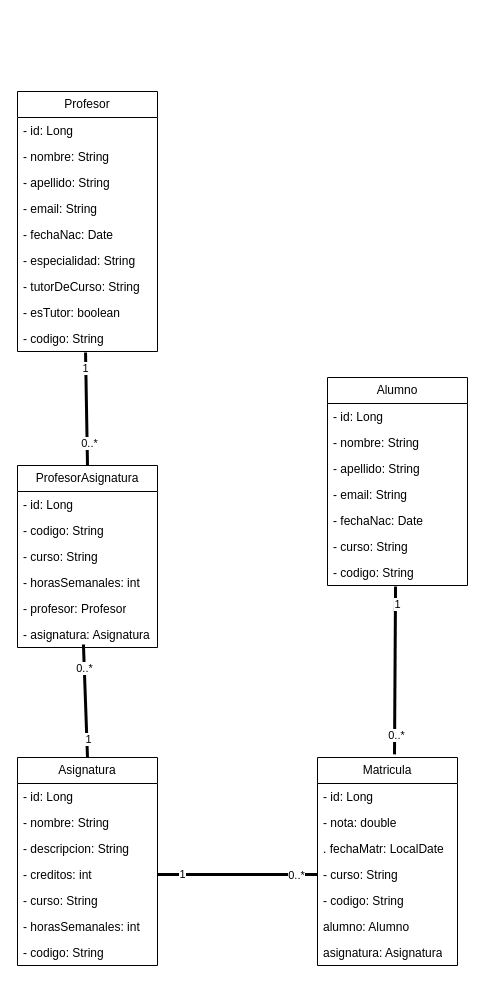
Before: UML.drawio in guille463/AulaNet, a draw.io diagram. Source tidied: cells renumbered, new cells numbered last; positions are measured from the earlier drawing's top-left corner, leaving out a move shared by most shapes. Both pictures are drawn from the tidied source at 100%, with x=0, y=0 at pixel (17, 91).
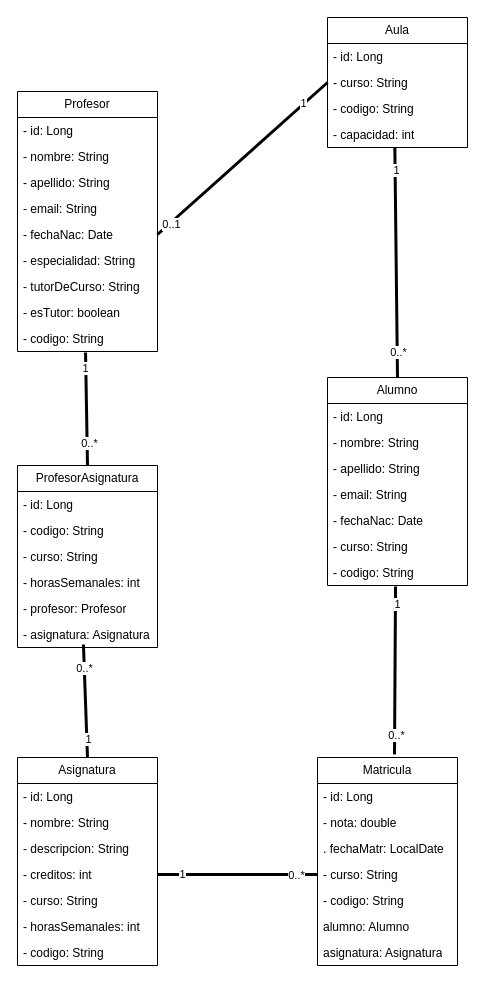
After the change.

Commit message:
feat: entidad aula

The change refers to these unchanged cells:
```xml
<mxCell id="2" value="Alumno" style="swimlane;fontStyle=0;horizontal=1;startSize=26;fillColor=none;whiteSpace=wrap;html=1;" parent="1" vertex="1">
  <mxGeometry x="310" y="286" width="140" height="208" as="geometry" />
</mxCell>
<mxCell id="15" value="- fechaNac: Date" style="text;strokeColor=none;fillColor=none;align=left;verticalAlign=top;spacingLeft=4;spacingRight=4;overflow=hidden;points=[[0,0.5],[1,0.5]];portConstraint=eastwest;whiteSpace=wrap;html=1;" parent="10" vertex="1">
  <mxGeometry y="130" width="140" height="26" as="geometry" />
</mxCell>
```

What changed in the source:
```diff
@@
+    <mxCell id="55" value="Aula" style="swimlane;fontStyle=0;horizontal=1;startSize=26;fillColor=none;whiteSpace=wrap;html=1;" parent="1" vertex="1">
+      <mxGeometry x="310" y="-74" width="140" height="130" as="geometry" />
+    </mxCell>
+    <mxCell id="56" value="- id: Long" style="text;strokeColor=none;fillColor=none;align=left;verticalAlign=top;spacingLeft=4;spacingRight=4;overflow=hidden;whiteSpace=wrap;html=1;" parent="55" vertex="1">
+      <mxGeometry y="26" width="140" height="26" as="geometry" />
+    </mxCell>
+    <mxCell id="57" value="- curso: String" style="text;strokeColor=none;fillColor=none;align=left;verticalAlign=top;spacingLeft=4;spacingRight=4;overflow=hidden;points=[[0,0.5],[1,0.5]];portConstraint=eastwest;whiteSpace=wrap;html=1;" parent="55" vertex="1">
+      <mxGeometry y="52" width="140" height="26" as="geometry" />
+    </mxCell>
+    <mxCell id="58" value="&lt;span style=&quot;color: rgb(0, 0, 0);&quot;&gt;- codigo: String&lt;/span&gt;" style="text;strokeColor=none;fillColor=none;align=left;verticalAlign=top;spacingLeft=4;spacingRight=4;overflow=hidden;whiteSpace=wrap;html=1;" parent="55" vertex="1">
+      <mxGeometry y="78" width="140" height="26" as="geometry" />
+    </mxCell>
+    <mxCell id="59" value="- capacidad: int" style="text;strokeColor=none;fillColor=none;align=left;verticalAlign=top;spacingLeft=4;spacingRight=4;overflow=hidden;points=[[0,0.5],[1,0.5]];portConstraint=eastwest;whiteSpace=wrap;html=1;" parent="55" vertex="1">
+      <mxGeometry y="104" width="140" height="26" as="geometry" />
+    </mxCell>
+    <mxCell id="60" style="endArrow=none;startArrow=none;endFill=0;startFill=0;endSize=8;html=1;verticalAlign=bottom;labelBackgroundColor=none;strokeWidth=3;exitX=1;exitY=0.5;exitDx=0;exitDy=0;entryX=0;entryY=0.5;entryDx=0;entryDy=0;" parent="1" edge="1" source="15" target="57">
+      <mxGeometry relative="1" as="geometry" />
+    </mxCell>
+    <mxCell id="61" value="1" style="edgeLabel;html=1;align=center;verticalAlign=middle;" parent="60" vertex="1">
+      <mxGeometry x="0.72" y="1" relative="1" as="geometry" />
+    </mxCell>
+    <mxCell id="62" value="0..1" style="edgeLabel;html=1;align=center;verticalAlign=middle;" parent="60" vertex="1">
+      <mxGeometry x="-0.85" y="-1" relative="1" as="geometry" />
+    </mxCell>
+    <mxCell id="63" style="endArrow=none;startArrow=none;endFill=0;startFill=0;endSize=8;html=1;verticalAlign=bottom;labelBackgroundColor=none;strokeWidth=3;entryX=0.5;entryY=0;entryDx=0;entryDy=0;exitX=0.481;exitY=0.995;exitDx=0;exitDy=0;exitPerimeter=0;" parent="1" edge="1" source="59" target="2">
+      <mxGeometry relative="1" as="geometry" />
+    </mxCell>
+    <mxCell id="64" value="0..*" style="edgeLabel;html=1;align=center;verticalAlign=middle;" parent="63" vertex="1">
+      <mxGeometry x="0.78" y="1" relative="1" as="geometry" />
+    </mxCell>
+    <mxCell id="65" value="1" style="edgeLabel;html=1;align=center;verticalAlign=middle;" parent="63" vertex="1">
+      <mxGeometry x="-0.8" y="1" relative="1" as="geometry" />
+    </mxCell>
```
